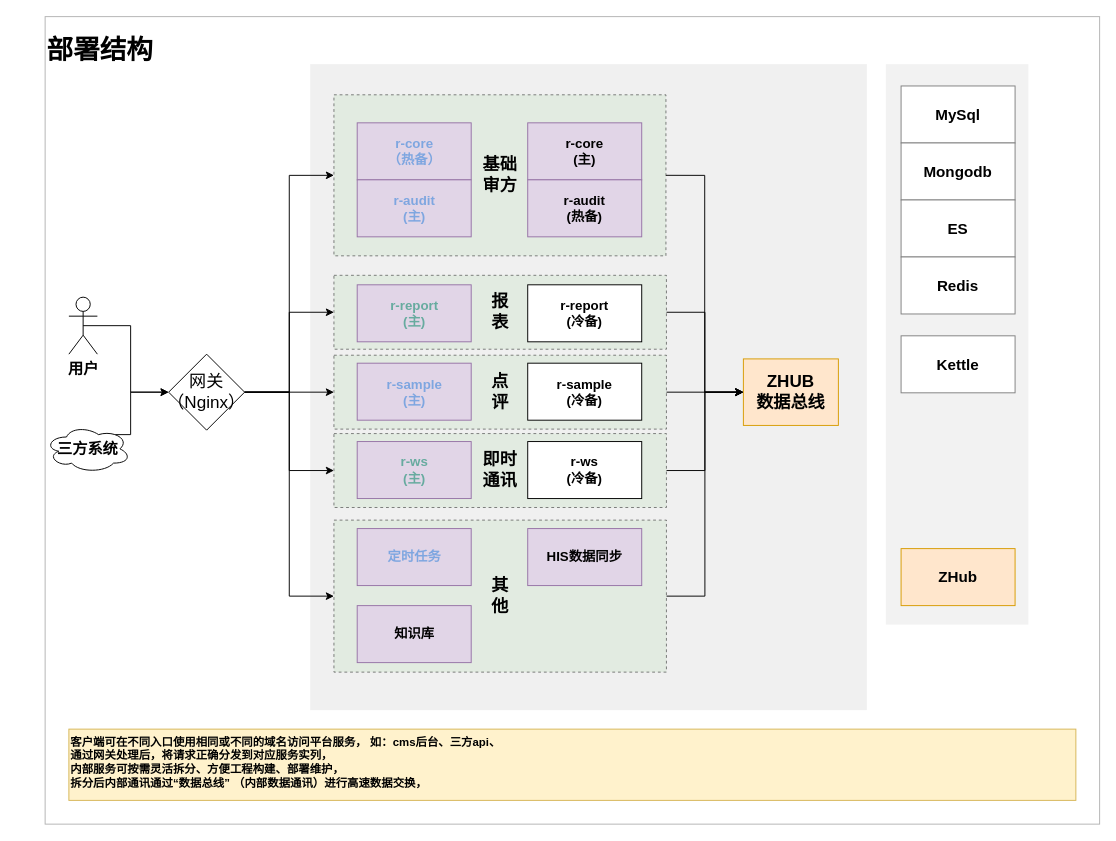
Above: page "【部署架构】" (2 of 4) of 未命名绘图.drawio in tc608/dfile (draw.io), before the change. Source tidied: cells renumbered, new cells numbered last; positions are measured from the earlier drawing's top-left corner, leaving out a move shared by most shapes. Both pictures are drawn from the tidied source at 95%, with x=0, y=0 at pixel (45, 16).
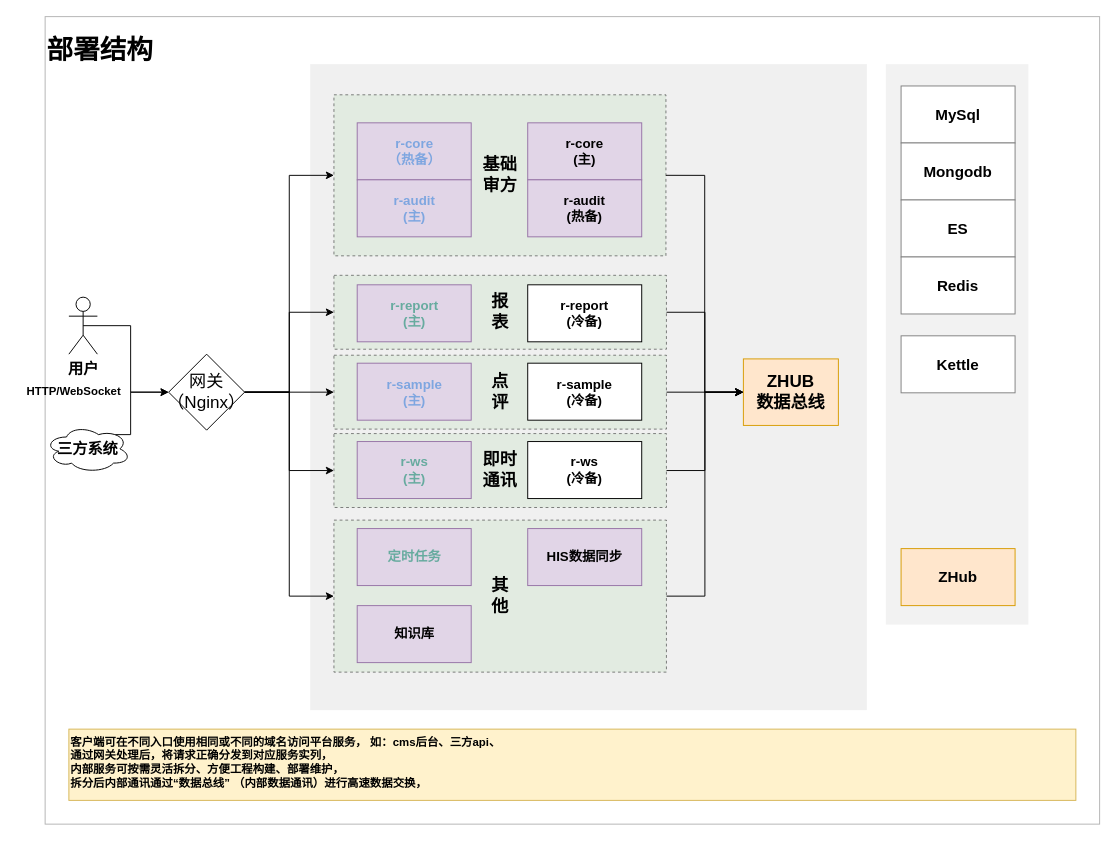
After the change.

Commit message:
更新未命名绘图.drawio

Diff of the diagram source:
```diff
@@
-    <mxCell id="35" value="定时任务" style="whiteSpace=wrap;html=1;fontStyle=1;fillColor=#e1d5e7;strokeColor=#9673a6;fontSize=14;fontColor=#7EA6E0;" parent="1" vertex="1">
+    <mxCell id="35" value="定时任务" style="whiteSpace=wrap;html=1;fontStyle=1;fillColor=#e1d5e7;strokeColor=#9673a6;fontSize=14;fontColor=#67AB9F;" parent="1" vertex="1">
       <mxGeometry x="328.5" y="538.9" width="120" height="60" as="geometry" />
     </mxCell>
@@
+    <mxCell id="48" value="HTTP/WebSocket" style="text;html=1;align=center;verticalAlign=middle;strokeColor=none;fillColor=none;fontStyle=1;" parent="1" vertex="1">
+      <mxGeometry x="-30" y="380.3" width="120" height="30" as="geometry" />
+    </mxCell>
```
